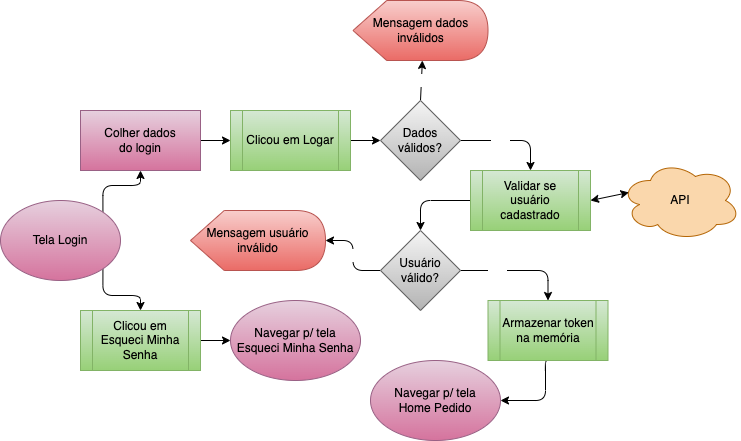
The draw.io diagram docs/fluxo-tela-gestor/login.png in ICEI-PUC-Minas-PMV-ADS/1999-burguer, before a commit. Source tidied: cells renumbered, new cells last; positions are measured from the earlier drawing's top-left corner, leaving out a move shared by most shapes.
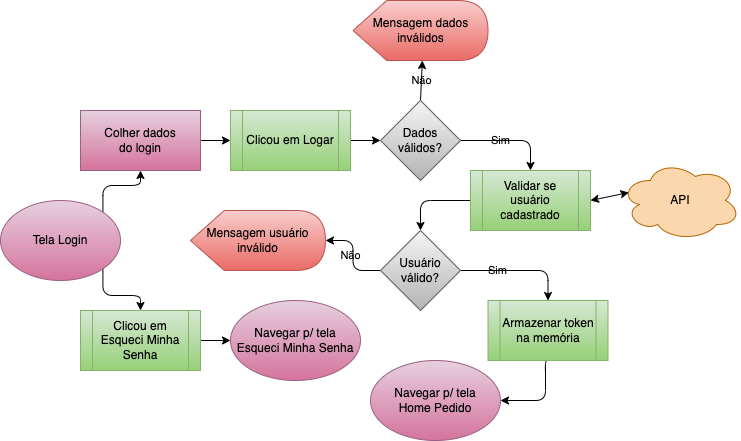
Above is the later version.

The edit, as a diff of the source:
```diff
@@ -1,11 +1,11 @@
-<mxGraphModel>
+<mxGraphModel background="#ffffff">
   <root>
     <mxCell id="0" />
     <mxCell id="1" parent="0" />
-    <mxCell id="2" style="html=1;fontColor=#000000;exitX=1;exitY=0;exitDx=0;exitDy=0;entryX=0.5;entryY=1;entryDx=0;entryDy=0;edgeStyle=orthogonalEdgeStyle;" parent="1" edge="1" source="4" target="7">
+    <mxCell id="2" style="html=1;fontColor=#000000;exitX=1;exitY=0;exitDx=0;exitDy=0;entryX=0.5;entryY=1;entryDx=0;entryDy=0;edgeStyle=orthogonalEdgeStyle;strokeColor=#000000;" parent="1" edge="1" source="4" target="7">
       <mxGeometry relative="1" as="geometry" />
     </mxCell>
-    <mxCell id="3" style="edgeStyle=orthogonalEdgeStyle;html=1;exitX=1;exitY=1;exitDx=0;exitDy=0;entryX=0.5;entryY=0;entryDx=0;entryDy=0;fontColor=#000000;" parent="1" edge="1" source="4" target="25">
+    <mxCell id="3" style="edgeStyle=orthogonalEdgeStyle;html=1;exitX=1;exitY=1;exitDx=0;exitDy=0;entryX=0.5;entryY=0;entryDx=0;entryDy=0;fontColor=#000000;strokeColor=#000000;" parent="1" edge="1" source="4" target="25">
       <mxGeometry relative="1" as="geometry" />
     </mxCell>
     <mxCell id="4" value="Tela Login" style="ellipse;whiteSpace=wrap;html=1;fillColor=#e6d0de;strokeColor=#996185;fontStyle=0;gradientColor=#d5739d;fontColor=#000000;" parent="1" vertex="1">
@@ -14,25 +14,25 @@
     <mxCell id="5" value="Navegar p/ tela&lt;br&gt;Esqueci Minha Senha" style="ellipse;whiteSpace=wrap;html=1;fillColor=#e6d0de;strokeColor=#996185;gradientColor=#d5739d;fontColor=#000000;" parent="1" vertex="1">
       <mxGeometry x="230" y="300" width="130" height="80" as="geometry" />
     </mxCell>
-    <mxCell id="6" style="edgeStyle=none;html=1;exitX=1;exitY=0.5;exitDx=0;exitDy=0;entryX=0;entryY=0.5;entryDx=0;entryDy=0;fontColor=#000000;" parent="1" edge="1" source="7" target="10">
+    <mxCell id="6" style="edgeStyle=none;html=1;exitX=1;exitY=0.5;exitDx=0;exitDy=0;entryX=0;entryY=0.5;entryDx=0;entryDy=0;fontColor=#000000;strokeColor=#000000;" parent="1" edge="1" source="7" target="10">
       <mxGeometry relative="1" as="geometry" />
     </mxCell>
     <mxCell id="7" value="Colher dados&lt;br&gt;do login" style="whiteSpace=wrap;html=1;fillColor=#e6d0de;strokeColor=#996185;fontColor=#000000;fontStyle=0;gradientColor=#d5739d;" parent="1" vertex="1">
       <mxGeometry x="80" y="110" width="120" height="60" as="geometry" />
     </mxCell>
-    <mxCell id="8" style="edgeStyle=none;html=1;exitX=1;exitY=0.5;exitDx=0;exitDy=0;entryX=0;entryY=0.5;entryDx=0;entryDy=0;fontColor=#000000;" parent="1" edge="1" source="25" target="5">
+    <mxCell id="8" style="edgeStyle=none;html=1;exitX=1;exitY=0.5;exitDx=0;exitDy=0;entryX=0;entryY=0.5;entryDx=0;entryDy=0;fontColor=#000000;strokeColor=#000000;" parent="1" edge="1" source="25" target="5">
       <mxGeometry relative="1" as="geometry" />
     </mxCell>
-    <mxCell id="9" style="edgeStyle=none;html=1;entryX=0;entryY=0.5;entryDx=0;entryDy=0;fontColor=#000000;" parent="1" edge="1" source="10" target="13">
+    <mxCell id="9" style="edgeStyle=none;html=1;entryX=0;entryY=0.5;entryDx=0;entryDy=0;fontColor=#000000;strokeColor=#000000;" parent="1" edge="1" source="10" target="13">
       <mxGeometry relative="1" as="geometry" />
     </mxCell>
     <mxCell id="10" value="Clicou em Logar" style="shape=process;whiteSpace=wrap;html=1;backgroundOutline=1;fillColor=#d5e8d4;gradientColor=#97d077;strokeColor=#82b366;fontColor=#000000;" parent="1" vertex="1">
       <mxGeometry x="230" y="110" width="120" height="60" as="geometry" />
     </mxCell>
-    <mxCell id="11" value="Sim" style="edgeStyle=orthogonalEdgeStyle;html=1;exitX=1;exitY=0.5;exitDx=0;exitDy=0;fontColor=#FFFFFF;entryX=0.5;entryY=0;entryDx=0;entryDy=0;" parent="1" edge="1" source="13" target="16">
+    <mxCell id="11" value="Sim" style="edgeStyle=orthogonalEdgeStyle;html=1;exitX=1;exitY=0.5;exitDx=0;exitDy=0;fontColor=#000000;entryX=0.5;entryY=0;entryDx=0;entryDy=0;strokeColor=#000000;labelBackgroundColor=none;" parent="1" edge="1" source="13" target="16">
       <mxGeometry x="-0.2" relative="1" as="geometry" />
     </mxCell>
-    <mxCell id="12" value="Não" style="edgeStyle=none;html=1;fontColor=#FFFFFF;exitX=0.5;exitY=0;exitDx=0;exitDy=0;entryX=0;entryY=0;entryDx=69.375;entryDy=60;entryPerimeter=0;" parent="1" edge="1" source="13" target="14">
+    <mxCell id="12" value="Não" style="edgeStyle=none;html=1;fontColor=#000000;exitX=0.5;exitY=0;exitDx=0;exitDy=0;entryX=0;entryY=0;entryDx=69.375;entryDy=60;entryPerimeter=0;strokeColor=#000000;labelBackgroundColor=none;" parent="1" edge="1" source="13" target="14">
       <mxGeometry relative="1" as="geometry" />
     </mxCell>
     <mxCell id="13" value="Dados válidos?" style="rhombus;whiteSpace=wrap;html=1;fillColor=#f5f5f5;gradientColor=#b3b3b3;strokeColor=#666666;fontColor=#000000;" parent="1" vertex="1">
@@ -41,23 +41,23 @@
     <mxCell id="14" value="Mensagem dados inválidos" style="shape=display;whiteSpace=wrap;html=1;fillColor=#f8cecc;gradientColor=#ea6b66;strokeColor=#b85450;fontColor=#000000;" parent="1" vertex="1">
       <mxGeometry x="352.5" width="135" height="60" as="geometry" />
     </mxCell>
-    <mxCell id="15" style="edgeStyle=orthogonalEdgeStyle;html=1;entryX=0.5;entryY=0;entryDx=0;entryDy=0;fontColor=#FFFFFF;" parent="1" edge="1" source="16" target="20">
+    <mxCell id="15" style="edgeStyle=orthogonalEdgeStyle;html=1;entryX=0.5;entryY=0;entryDx=0;entryDy=0;fontColor=#FFFFFF;strokeColor=#000000;" parent="1" edge="1" source="16" target="20">
       <mxGeometry relative="1" as="geometry" />
     </mxCell>
     <mxCell id="16" value="Validar se usuário cadastrado" style="shape=process;whiteSpace=wrap;html=1;backgroundOutline=1;fillColor=#d5e8d4;gradientColor=#97d077;strokeColor=#82b366;fontColor=#000000;" parent="1" vertex="1">
       <mxGeometry x="470" y="170" width="120" height="60" as="geometry" />
     </mxCell>
-    <mxCell id="17" value="Sim" style="edgeStyle=orthogonalEdgeStyle;html=1;fontColor=#FFFFFF;exitX=1;exitY=0.5;exitDx=0;exitDy=0;entryX=0.5;entryY=0;entryDx=0;entryDy=0;" parent="1" edge="1" source="20" target="27">
+    <mxCell id="17" value="Sim" style="edgeStyle=orthogonalEdgeStyle;html=1;fontColor=#000000;exitX=1;exitY=0.5;exitDx=0;exitDy=0;entryX=0.5;entryY=0;entryDx=0;entryDy=0;strokeColor=#000000;labelBackgroundColor=none;" parent="1" edge="1" source="20" target="27">
       <mxGeometry x="-0.37" relative="1" as="geometry">
         <Array as="points">
           <mxPoint x="548" y="270" />
         </Array>
       </mxGeometry>
     </mxCell>
-    <mxCell id="18" style="edgeStyle=orthogonalEdgeStyle;html=1;fontColor=#FFFFFF;entryX=1;entryY=0.5;entryDx=0;entryDy=0;entryPerimeter=0;" parent="1" edge="1" source="20" target="22">
+    <mxCell id="18" style="edgeStyle=orthogonalEdgeStyle;html=1;fontColor=#000000;entryX=1;entryY=0.5;entryDx=0;entryDy=0;entryPerimeter=0;strokeColor=#000000;labelBackgroundColor=none;" parent="1" edge="1" source="20" target="22">
       <mxGeometry relative="1" as="geometry" />
     </mxCell>
-    <mxCell id="19" value="Não" style="edgeLabel;html=1;align=center;verticalAlign=middle;fontColor=#FFFFFF;" parent="18" vertex="1">
+    <mxCell id="19" value="Não" style="edgeLabel;html=1;align=center;verticalAlign=middle;fontColor=#000000;labelBackgroundColor=none;" parent="18" vertex="1">
       <mxGeometry x="0.01" y="4" relative="1" as="geometry">
         <mxPoint x="1" as="offset" />
       </mxGeometry>
@@ -71,7 +71,7 @@
     <mxCell id="22" value="Mensagem usuário inválido" style="shape=display;whiteSpace=wrap;html=1;fillColor=#f8cecc;gradientColor=#ea6b66;strokeColor=#b85450;fontColor=#000000;" parent="1" vertex="1">
       <mxGeometry x="190" y="210" width="135" height="60" as="geometry" />
     </mxCell>
-    <mxCell id="23" style="edgeStyle=none;html=1;entryX=1;entryY=0.5;entryDx=0;entryDy=0;fontColor=#FFFFFF;startArrow=classic;startFill=1;exitX=0.07;exitY=0.4;exitDx=0;exitDy=0;exitPerimeter=0;" parent="1" edge="1" source="24" target="16">
+    <mxCell id="23" style="edgeStyle=none;html=1;entryX=1;entryY=0.5;entryDx=0;entryDy=0;fontColor=#FFFFFF;startArrow=classic;startFill=1;exitX=0.07;exitY=0.4;exitDx=0;exitDy=0;exitPerimeter=0;strokeColor=#000000;" parent="1" edge="1" source="24" target="16">
       <mxGeometry relative="1" as="geometry" />
     </mxCell>
     <mxCell id="24" value="API" style="ellipse;shape=cloud;whiteSpace=wrap;html=1;fillColor=#fad7ac;strokeColor=#b46504;fontColor=#000000;" parent="1" vertex="1">
@@ -80,7 +80,7 @@
     <mxCell id="25" value="Clicou em Esqueci Minha Senha" style="shape=process;whiteSpace=wrap;html=1;backgroundOutline=1;fillColor=#d5e8d4;gradientColor=#97d077;strokeColor=#82b366;fontColor=#000000;" parent="1" vertex="1">
       <mxGeometry x="80" y="310" width="120" height="60" as="geometry" />
     </mxCell>
-    <mxCell id="26" style="edgeStyle=orthogonalEdgeStyle;html=1;exitX=0.5;exitY=1;exitDx=0;exitDy=0;fontColor=#000000;startArrow=none;startFill=0;entryX=1;entryY=0.5;entryDx=0;entryDy=0;" parent="1" edge="1" source="27" target="21">
+    <mxCell id="26" style="edgeStyle=orthogonalEdgeStyle;html=1;exitX=0.5;exitY=1;exitDx=0;exitDy=0;fontColor=#000000;startArrow=none;startFill=0;entryX=1;entryY=0.5;entryDx=0;entryDy=0;strokeColor=#000000;" parent="1" edge="1" source="27" target="21">
       <mxGeometry relative="1" as="geometry">
         <Array as="points">
           <mxPoint x="545" y="400" />
```
